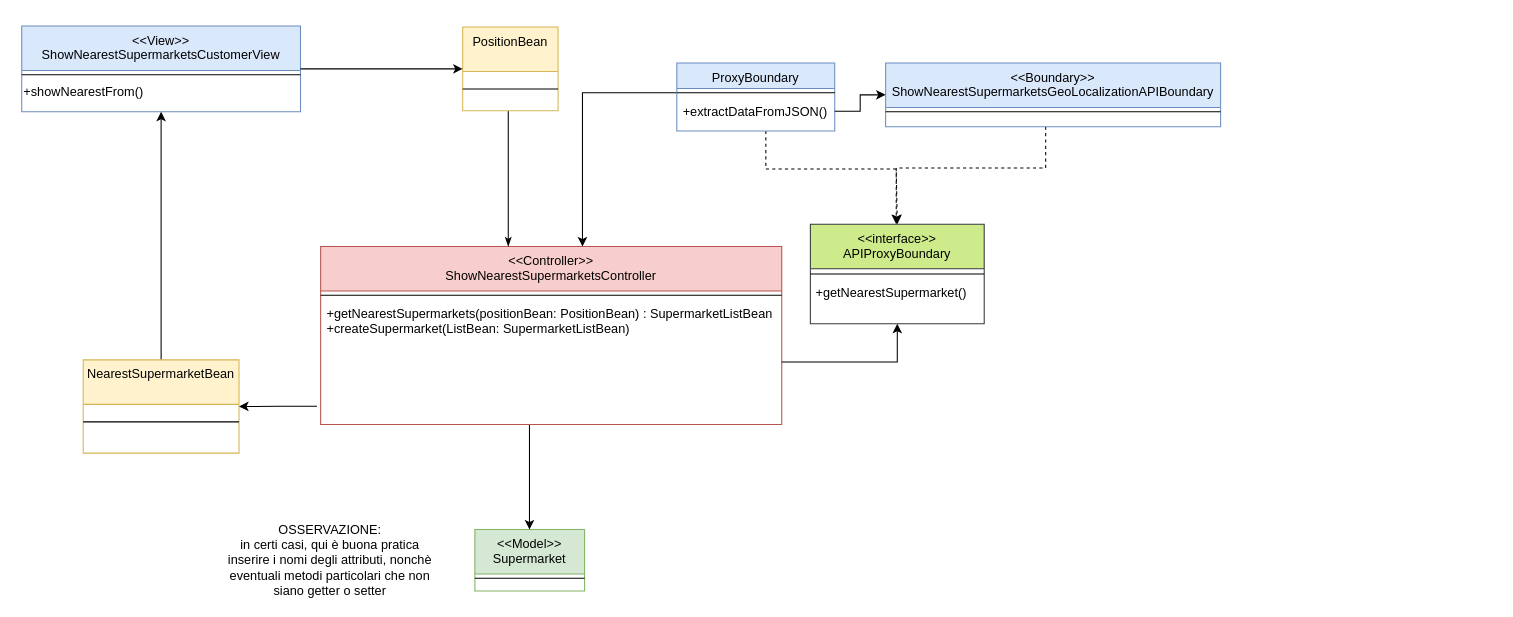
FredHats99/HealthyCart keeps this draw.io diagram as docx&pdf/ClassDiagram_BCE/DESIGN_ShowNearestSupermarket.drawio. Above is the earlier version. Source tidied: cells renumbered, new cells numbered last; positions are measured from the earlier drawing's top-left corner, leaving out a move shared by most shapes. Both pictures are drawn from the tidied source at 106%, with x=0, y=0 at pixel (21, 25).
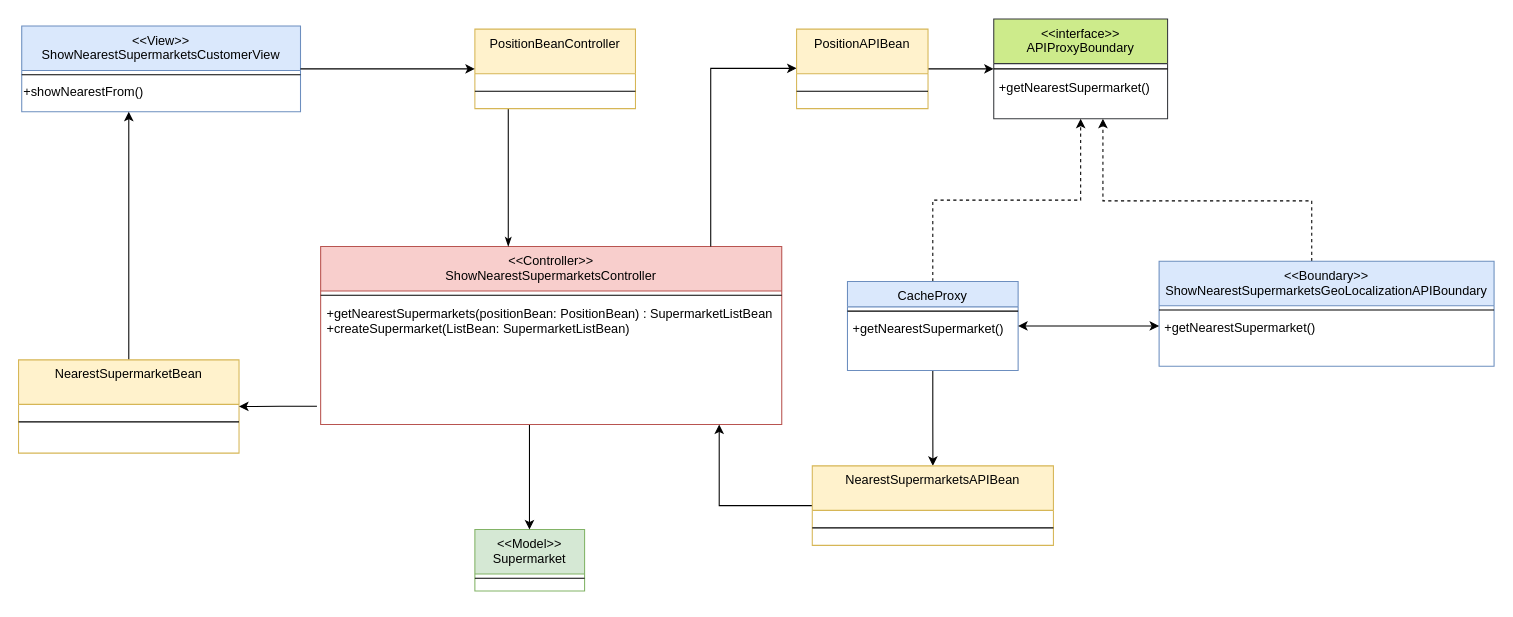
Above is the later version.

Commit message (it also covers changes not shown here):
design searchProduct and nearestsupermarket modified

Unchanged cells that the change refers to:
```xml
<mxCell id="5" value="&lt;&lt;Controller&gt;&gt;&#10;ShowNearestSupermarketsController&#10;" style="swimlane;fontStyle=0;align=center;verticalAlign=top;horizontal=1;startSize=42;rounded=0;shadow=0;strokeWidth=1;fillColor=#f8cecc;strokeColor=#b85450;" parent="1" vertex="1">
  <mxGeometry x="282" y="208" width="435" height="168" as="geometry" />
</mxCell>
<mxCell id="7" value="+getNearestSupermarkets(positionBean: PositionBean) : SupermarketListBean&#10;+createSupermarket(ListBean: SupermarketListBean)&#10;" style="text;align=left;verticalAlign=top;spacingLeft=4;spacingRight=4;overflow=hidden;points=[[0,0.5],[1,0.5]];portConstraint=eastwest;" parent="5" vertex="1">
  <mxGeometry y="50" width="435" height="118" as="geometry" />
</mxCell>
<mxCell id="8" value="&lt;&lt;View&gt;&gt;&#10;ShowNearestSupermarketsCustomerView&#10;" style="swimlane;fontStyle=0;align=center;verticalAlign=top;horizontal=1;startSize=42;rounded=0;shadow=0;strokeWidth=1;fillColor=#dae8fc;strokeColor=#6c8ebf;" parent="1" vertex="1">
  <mxGeometry width="263" height="81" as="geometry" />
</mxCell>
```

Diff of the diagram source:
```diff
@@
-    <mxCell id="11" style="edgeStyle=orthogonalEdgeStyle;rounded=0;jettySize=auto;html=1;startArrow=none;startFill=0;endArrow=classic;endFill=1;" parent="1" edge="1" source="28" target="5">
-      <mxGeometry relative="1" as="geometry">
-        <Array as="points">
-          <mxPoint x="529" y="63" />
-        </Array>
-      </mxGeometry>
-    </mxCell>
     <mxCell id="12" style="edgeStyle=orthogonalEdgeStyle;rounded=0;jettySize=auto;html=1;dashed=1;" parent="1" edge="1" source="13" target="24">
       <mxGeometry relative="1" as="geometry">
         <Array as="points">
-          <mxPoint x="966" y="134" />
-          <mxPoint x="825" y="134" />
+          <mxPoint x="1217" y="165" />
+          <mxPoint x="1020" y="165" />
         </Array>
       </mxGeometry>
     </mxCell>
     <mxCell id="13" value="&lt;&lt;Boundary&gt;&gt;&#10;ShowNearestSupermarketsGeoLocalizationAPIBoundary" style="swimlane;fontStyle=0;align=center;verticalAlign=top;horizontal=1;startSize=42;rounded=0;shadow=0;strokeWidth=1;fillColor=#dae8fc;strokeColor=#6c8ebf;" parent="1" vertex="1">
-      <mxGeometry x="815" y="35" width="316" height="60" as="geometry" />
+      <mxGeometry x="1073" y="222" width="316" height="99" as="geometry" />
     </mxCell>
@@
+    <mxCell id="33" value="&amp;nbsp;+getNearestSupermarket()" style="text;html=1;align=left;verticalAlign=middle;strokeColor=none;fillColor=none;" parent="13" vertex="1">
+      <mxGeometry y="50" width="316" height="26" as="geometry" />
+    </mxCell>
     <mxCell id="15" style="edgeStyle=orthogonalEdgeStyle;rounded=0;jettySize=auto;html=1;endArrow=classic;endFill=1;" parent="1" edge="1" source="16" target="8">
-      <mxGeometry relative="1" as="geometry" />
+      <mxGeometry relative="1" as="geometry">
+        <Array as="points">
+          <mxPoint x="101" y="137" />
+          <mxPoint x="101" y="137" />
+        </Array>
+      </mxGeometry>
     </mxCell>
     <mxCell id="16" value="NearestSupermarketBean" style="swimlane;fontStyle=0;align=center;verticalAlign=top;horizontal=1;startSize=42;rounded=0;shadow=0;strokeWidth=1;fillColor=#fff2cc;strokeColor=#d6b656;" parent="1" vertex="1">
-      <mxGeometry x="58" y="315" width="147" height="88" as="geometry" />
+      <mxGeometry x="-3" y="315" width="208" height="88" as="geometry" />
     </mxCell>
     <mxCell id="17" style="line;html=1;strokeWidth=1;align=left;verticalAlign=middle;spacingTop=-1;spacingLeft=3;spacingRight=3;labelPosition=right;" parent="16" vertex="1">
-      <mxGeometry y="42" width="147" height="33" as="geometry" />
+      <mxGeometry y="42" width="208" height="33" as="geometry" />
     </mxCell>
@@
-    <mxCell id="19" value="OSSERVAZIONE:&lt;br&gt;in certi casi, qui è buona pratica inserire i nomi degli attributi, nonchè eventuali metodi particolari che non siano getter o setter" style="text;html=1;strokeColor=none;fillColor=none;align=center;verticalAlign=middle;whiteSpace=wrap;rounded=0;" parent="1" vertex="1">
-      <mxGeometry x="189" y="489" width="204" height="30" as="geometry" />
-    </mxCell>
@@
-    <mxCell id="21" value="PositionBean" style="swimlane;fontStyle=0;align=center;verticalAlign=top;horizontal=1;startSize=42;rounded=0;shadow=0;strokeWidth=1;fillColor=#fff2cc;strokeColor=#d6b656;" parent="1" vertex="1">
-      <mxGeometry x="416" y="1" width="90" height="79" as="geometry" />
+    <mxCell id="21" value="PositionBeanController" style="swimlane;fontStyle=0;align=center;verticalAlign=top;horizontal=1;startSize=42;rounded=0;shadow=0;strokeWidth=1;fillColor=#fff2cc;strokeColor=#d6b656;" parent="1" vertex="1">
+      <mxGeometry x="427.5" y="3" width="151.5" height="75" as="geometry" />
     </mxCell>
     <mxCell id="22" style="line;html=1;strokeWidth=1;align=left;verticalAlign=middle;spacingTop=-1;spacingLeft=3;spacingRight=3;labelPosition=right;" parent="21" vertex="1">
-      <mxGeometry y="42" width="90" height="33" as="geometry" />
+      <mxGeometry y="42" width="151.5" height="33" as="geometry" />
     </mxCell>
@@
     <mxCell id="24" value="&lt;&lt;interface&gt;&gt;&#10;APIProxyBoundary" style="swimlane;fontStyle=0;align=center;verticalAlign=top;horizontal=1;startSize=42;rounded=0;shadow=0;strokeWidth=1;fillColor=#cdeb8b;strokeColor=#36393d;" parent="1" vertex="1">
-      <mxGeometry x="744" y="187" width="164" height="94" as="geometry" />
+      <mxGeometry x="917" y="-6.5" width="164" height="94" as="geometry" />
     </mxCell>
@@
-    <mxCell id="27" style="edgeStyle=orthogonalEdgeStyle;rounded=0;jettySize=auto;html=1;entryX=0.5;entryY=0;entryDx=0;entryDy=0;dashed=1;" parent="1" edge="1" source="28" target="24">
-      <mxGeometry relative="1" as="geometry">
-        <Array as="points">
-          <mxPoint x="702" y="135" />
-          <mxPoint x="825" y="135" />
-        </Array>
-      </mxGeometry>
+    <mxCell id="27" style="edgeStyle=orthogonalEdgeStyle;rounded=0;jettySize=auto;html=1;dashed=1;" parent="1" edge="1" source="28" target="24">
+      <mxGeometry relative="1" as="geometry" />
     </mxCell>
+    <mxCell id="34" style="edgeStyle=orthogonalEdgeStyle;rounded=0;jettySize=auto;html=1;startArrow=none;startFill=0;endArrow=classic;endFill=1;" parent="1" edge="1" source="28" target="40">
+      <mxGeometry relative="1" as="geometry" />
+    </mxCell>
-    <mxCell id="28" value="ProxyBoundary" style="swimlane;fontStyle=0;align=center;verticalAlign=top;horizontal=1;startSize=24;rounded=0;shadow=0;strokeWidth=1;fillColor=#dae8fc;strokeColor=#6c8ebf;" parent="1" vertex="1">
-      <mxGeometry x="618" y="35" width="149" height="64" as="geometry" />
+    <mxCell id="28" value="CacheProxy" style="swimlane;fontStyle=0;align=center;verticalAlign=top;horizontal=1;startSize=24;rounded=0;shadow=0;strokeWidth=1;fillColor=#dae8fc;strokeColor=#6c8ebf;" parent="1" vertex="1">
+      <mxGeometry x="779" y="241" width="161" height="84" as="geometry" />
     </mxCell>
     <mxCell id="29" style="line;html=1;strokeWidth=1;align=left;verticalAlign=middle;spacingTop=-1;spacingLeft=3;spacingRight=3;labelPosition=right;" parent="28" vertex="1">
-      <mxGeometry y="24" width="149" height="8" as="geometry" />
+      <mxGeometry y="24" width="161" height="8" as="geometry" />
     </mxCell>
-    <mxCell id="30" value="+extractDataFromJSON()" style="text;align=left;verticalAlign=top;spacingLeft=4;spacingRight=4;overflow=hidden;points=[[0,0.5],[1,0.5]];portConstraint=eastwest;" parent="28" vertex="1">
-      <mxGeometry y="32" width="149" height="27" as="geometry" />
-    </mxCell>
+    <mxCell id="35" value="&amp;nbsp;+getNearestSupermarket()" style="text;html=1;align=left;verticalAlign=middle;strokeColor=none;fillColor=none;" parent="28" vertex="1">
+      <mxGeometry y="32" width="161" height="26" as="geometry" />
+    </mxCell>
-    <mxCell id="31" style="edgeStyle=orthogonalEdgeStyle;rounded=0;jettySize=auto;html=1;" parent="1" edge="1" source="30" target="13">
-      <mxGeometry relative="1" as="geometry" />
+    <mxCell id="31" style="edgeStyle=orthogonalEdgeStyle;rounded=0;jettySize=auto;html=1;startArrow=classic;startFill=1;" parent="1" edge="1" source="28" target="13">
+      <mxGeometry relative="1" as="geometry">
+        <Array as="points">
+          <mxPoint x="1021" y="283" />
+          <mxPoint x="1021" y="283" />
+        </Array>
+      </mxGeometry>
     </mxCell>
-    <mxCell id="32" style="edgeStyle=orthogonalEdgeStyle;rounded=0;jettySize=auto;html=1;entryX=0.5;entryY=1;entryDx=0;entryDy=0;" parent="1" edge="1" source="7" target="24">
-      <mxGeometry relative="1" as="geometry" />
+    <mxCell id="32" style="edgeStyle=orthogonalEdgeStyle;rounded=0;jettySize=auto;html=1;" parent="1" edge="1" source="5" target="37">
+      <mxGeometry relative="1" as="geometry">
+        <Array as="points">
+          <mxPoint x="650" y="40" />
+          <mxPoint x="745" y="40" />
+        </Array>
+      </mxGeometry>
     </mxCell>
+    <mxCell id="36" style="edgeStyle=orthogonalEdgeStyle;rounded=0;jettySize=auto;html=1;startArrow=none;startFill=0;endArrow=classic;endFill=1;" parent="1" edge="1" source="37" target="24">
+      <mxGeometry relative="1" as="geometry" />
+    </mxCell>
+    <mxCell id="37" value="PositionAPIBean" style="swimlane;fontStyle=0;align=center;verticalAlign=top;horizontal=1;startSize=42;rounded=0;shadow=0;strokeWidth=1;fillColor=#fff2cc;strokeColor=#d6b656;" parent="1" vertex="1">
+      <mxGeometry x="731" y="3" width="124" height="75" as="geometry" />
+    </mxCell>
+    <mxCell id="38" style="line;html=1;strokeWidth=1;align=left;verticalAlign=middle;spacingTop=-1;spacingLeft=3;spacingRight=3;labelPosition=right;" parent="37" vertex="1">
+      <mxGeometry y="42" width="124" height="33" as="geometry" />
+    </mxCell>
+    <mxCell id="39" style="edgeStyle=orthogonalEdgeStyle;rounded=0;jettySize=auto;html=1;startArrow=none;startFill=0;endArrow=classic;endFill=1;" parent="1" edge="1" source="40" target="5">
+      <mxGeometry relative="1" as="geometry">
+        <Array as="points">
+          <mxPoint x="658" y="452" />
+        </Array>
+      </mxGeometry>
+    </mxCell>
+    <mxCell id="40" value="NearestSupermarketsAPIBean" style="swimlane;fontStyle=0;align=center;verticalAlign=top;horizontal=1;startSize=42;rounded=0;shadow=0;strokeWidth=1;fillColor=#fff2cc;strokeColor=#d6b656;" parent="1" vertex="1">
+      <mxGeometry x="745.8" y="415" width="227.5" height="75" as="geometry" />
+    </mxCell>
+    <mxCell id="41" style="line;html=1;strokeWidth=1;align=left;verticalAlign=middle;spacingTop=-1;spacingLeft=3;spacingRight=3;labelPosition=right;" parent="40" vertex="1">
+      <mxGeometry y="42" width="227.5" height="33" as="geometry" />
+    </mxCell>
```
